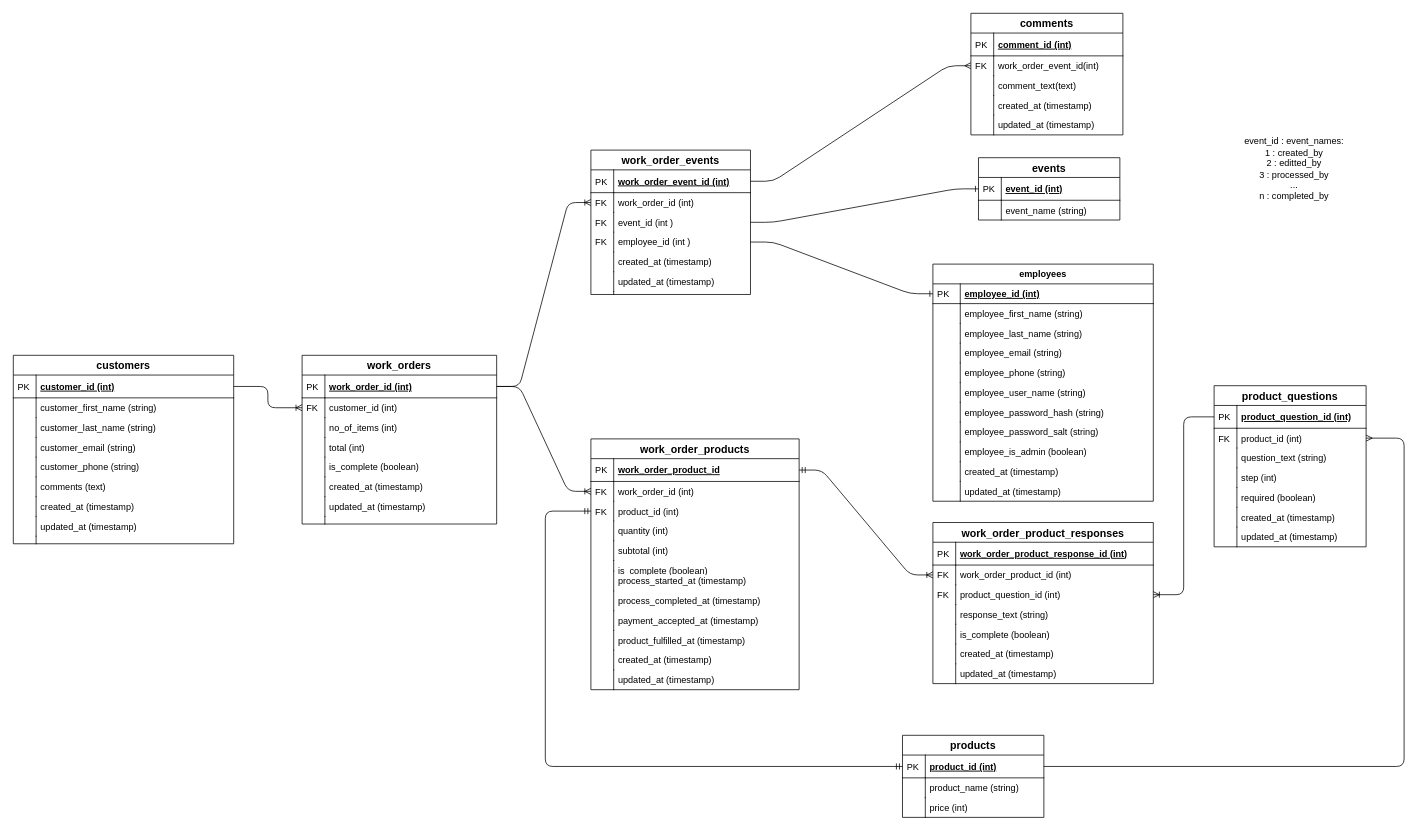
Before: db_schema.drawio in openorderapp/documentation, a draw.io diagram. Source tidied: cells renumbered, new cells numbered last; positions are measured from the earlier drawing's top-left corner, leaving out a move shared by most shapes. Both pictures are drawn from the tidied source at 76%, with x=0, y=0 at pixel (13, 13).
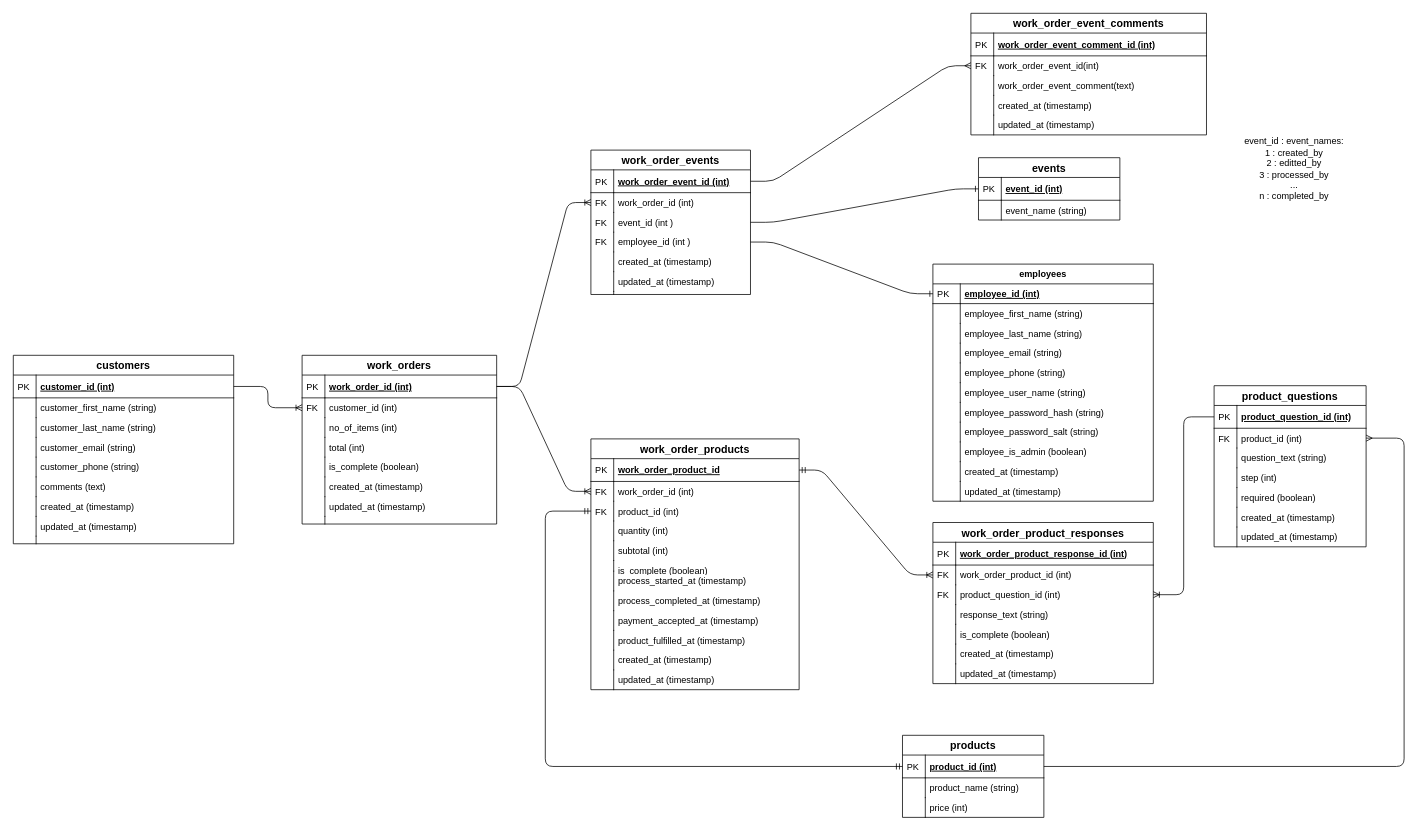
Above is the later version.

Commit message (it also covers changes not shown here):
Change comments to work_order_event_comments

What changed in the source:
```diff
@@
-    <mxCell id="154" value="comments" style="swimlane;fontStyle=1;horizontal=1;startSize=26;align=center;fontSize=14;" parent="1" vertex="1">
-      <mxGeometry x="1260" width="200" height="160" as="geometry" />
+    <mxCell id="154" value="work_order_event_comments" style="swimlane;fontStyle=1;horizontal=1;startSize=26;align=center;fontSize=14;" parent="1" vertex="1">
+      <mxGeometry x="1260" width="310" height="160" as="geometry" />
     </mxCell>
-    <mxCell id="155" value="comment_id (int)" style="shape=partialRectangle;top=0;left=0;right=0;bottom=1;align=left;verticalAlign=middle;fillColor=none;spacingLeft=34;spacingRight=4;overflow=hidden;fontStyle=5;fontSize=12;" parent="154" vertex="1">
-      <mxGeometry y="26" width="200" height="30" as="geometry" />
+    <mxCell id="155" value="work_order_event_comment_id (int)" style="shape=partialRectangle;top=0;left=0;right=0;bottom=1;align=left;verticalAlign=middle;fillColor=none;spacingLeft=34;spacingRight=4;overflow=hidden;fontStyle=5;fontSize=12;" parent="154" vertex="1">
+      <mxGeometry y="26" width="310" height="30" as="geometry" />
     </mxCell>
@@
     <mxCell id="157" value="work_order_event_id(int)" style="shape=partialRectangle;top=0;left=0;right=0;bottom=0;align=left;verticalAlign=top;fillColor=none;spacingLeft=34;spacingRight=4;overflow=hidden;points=[[0,0.5],[1,0.5]];portConstraint=eastwest;fontSize=12;" parent="154" vertex="1">
-      <mxGeometry y="56" width="200" height="26" as="geometry" />
+      <mxGeometry y="56" width="310" height="26" as="geometry" />
     </mxCell>
@@
-    <mxCell id="159" value="comment_text(text)" style="shape=partialRectangle;top=0;left=0;right=0;bottom=0;align=left;verticalAlign=top;fillColor=none;spacingLeft=34;spacingRight=4;overflow=hidden;fontSize=12;" parent="154" vertex="1">
-      <mxGeometry y="82" width="200" height="26" as="geometry" />
+    <mxCell id="159" value="work_order_event_comment(text)" style="shape=partialRectangle;top=0;left=0;right=0;bottom=0;align=left;verticalAlign=top;fillColor=none;spacingLeft=34;spacingRight=4;overflow=hidden;fontSize=12;" parent="154" vertex="1">
+      <mxGeometry y="82" width="310" height="26" as="geometry" />
     </mxCell>
@@
     <mxCell id="161" value="created_at (timestamp)" style="shape=partialRectangle;top=0;left=0;right=0;bottom=0;align=left;verticalAlign=top;fillColor=none;spacingLeft=34;spacingRight=4;overflow=hidden;fontSize=12;" parent="154" vertex="1">
-      <mxGeometry y="108" width="200" height="26" as="geometry" />
+      <mxGeometry y="108" width="310" height="26" as="geometry" />
     </mxCell>
@@
     <mxCell id="163" value="updated_at (timestamp)" style="shape=partialRectangle;top=0;left=0;right=0;bottom=0;align=left;verticalAlign=top;fillColor=none;spacingLeft=34;spacingRight=4;overflow=hidden;fontSize=12;" parent="154" vertex="1">
-      <mxGeometry y="134" width="200" height="26" as="geometry" />
+      <mxGeometry y="134" width="310" height="26" as="geometry" />
     </mxCell>
```
